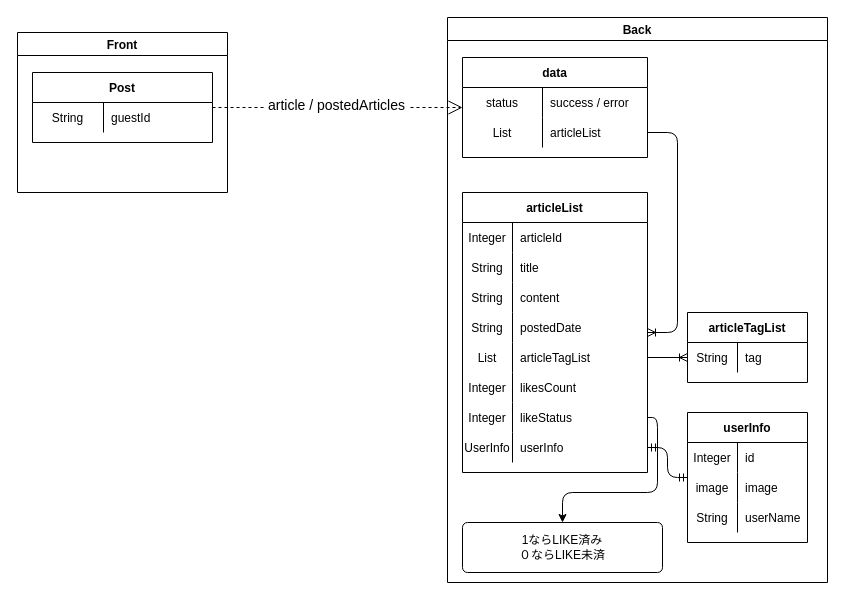
yusuke-rakus/Qiish keeps this draw.io diagram as page "[表示]いいね記事一覧" (4 of 20) of Designs/基本設計.drawio. Above is the earlier version. Source tidied: cells renumbered, new cells numbered last; positions are measured from the earlier drawing's top-left corner, leaving out a move shared by most shapes. Both pictures are drawn from the tidied source at 100%, with x=0, y=0 at pixel (17, 17).
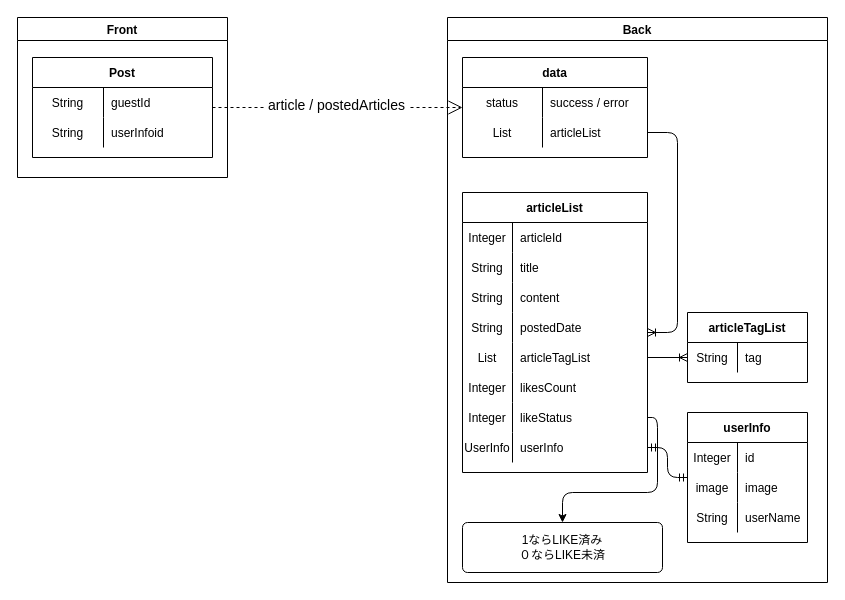
The same diagram, later.

What changed in the source:
```diff
@@
     <mxCell id="56" value="Front" style="swimlane;" parent="1" vertex="1">
-      <mxGeometry y="15" width="210" height="160" as="geometry" />
+      <mxGeometry width="210" height="160" as="geometry" />
     </mxCell>
     <mxCell id="57" value="Post" style="shape=table;startSize=30;childLayout=tableLayout;rowLines=0;fontStyle=1;align=center;" parent="56" vertex="1">
-      <mxGeometry x="15" y="40" width="180" height="70" as="geometry" />
+      <mxGeometry x="15" y="40" width="180" height="100" as="geometry" />
     </mxCell>
@@
+    <mxCell id="61" style="shape=partialRectangle;fillColor=none;top=0;left=0;bottom=0;right=0;" parent="57" vertex="1">
+      <mxGeometry y="60" width="180" height="30" as="geometry" />
+    </mxCell>
+    <mxCell id="62" value="String" style="shape=partialRectangle;fillColor=none;top=0;left=0;bottom=0;right=0;overflow=hidden;" parent="61" vertex="1">
+      <mxGeometry width="71" height="30" as="geometry" />
+    </mxCell>
+    <mxCell id="63" value="userInfoid" style="shape=partialRectangle;fillColor=none;top=0;left=0;bottom=0;right=0;align=left;spacingLeft=6;overflow=hidden;" parent="61" vertex="1">
+      <mxGeometry x="71" width="109" height="30" as="geometry" />
+    </mxCell>
```
